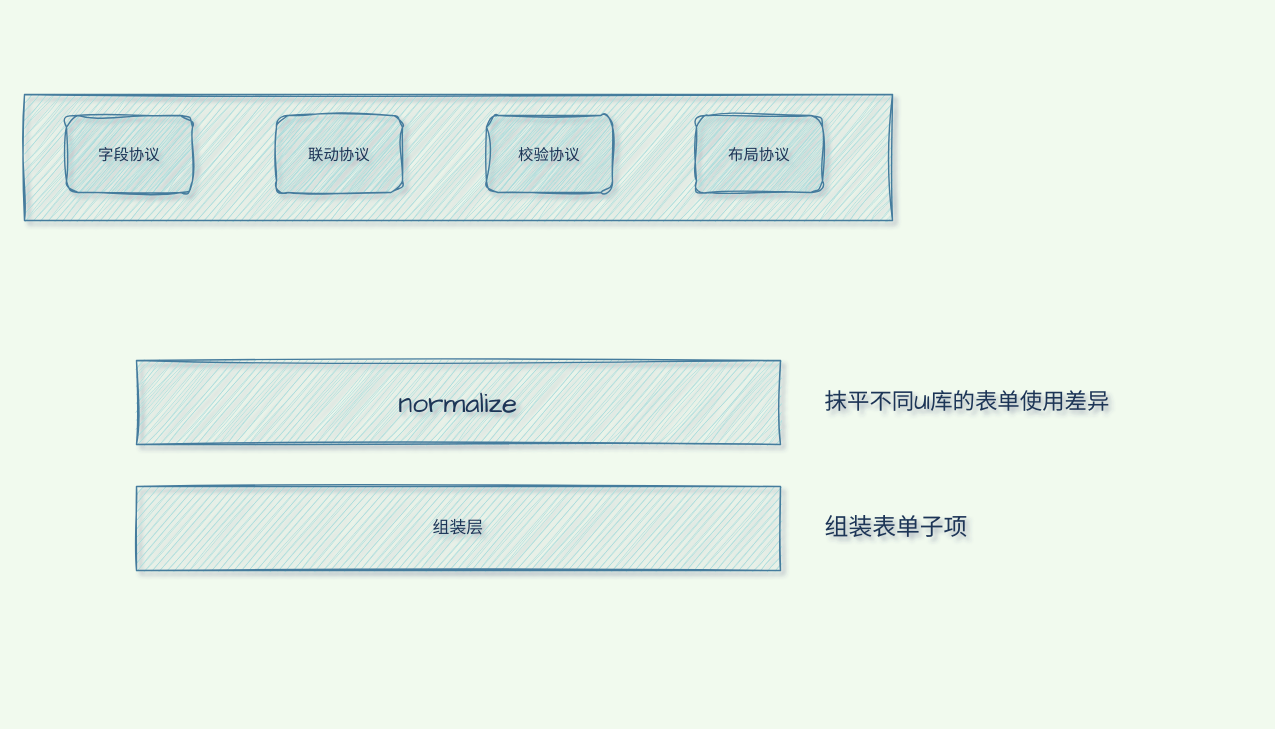
This is 表单设计方案.drawio from YMBo/DRAWIO, a draw.io file, before an edit. Source tidied: cells renumbered, new cells numbered last; positions are measured from the earlier drawing's top-left corner, leaving out a move shared by most shapes. Both pictures are drawn from the tidied source at 140%, with x=0, y=0 at pixel (24, 94).
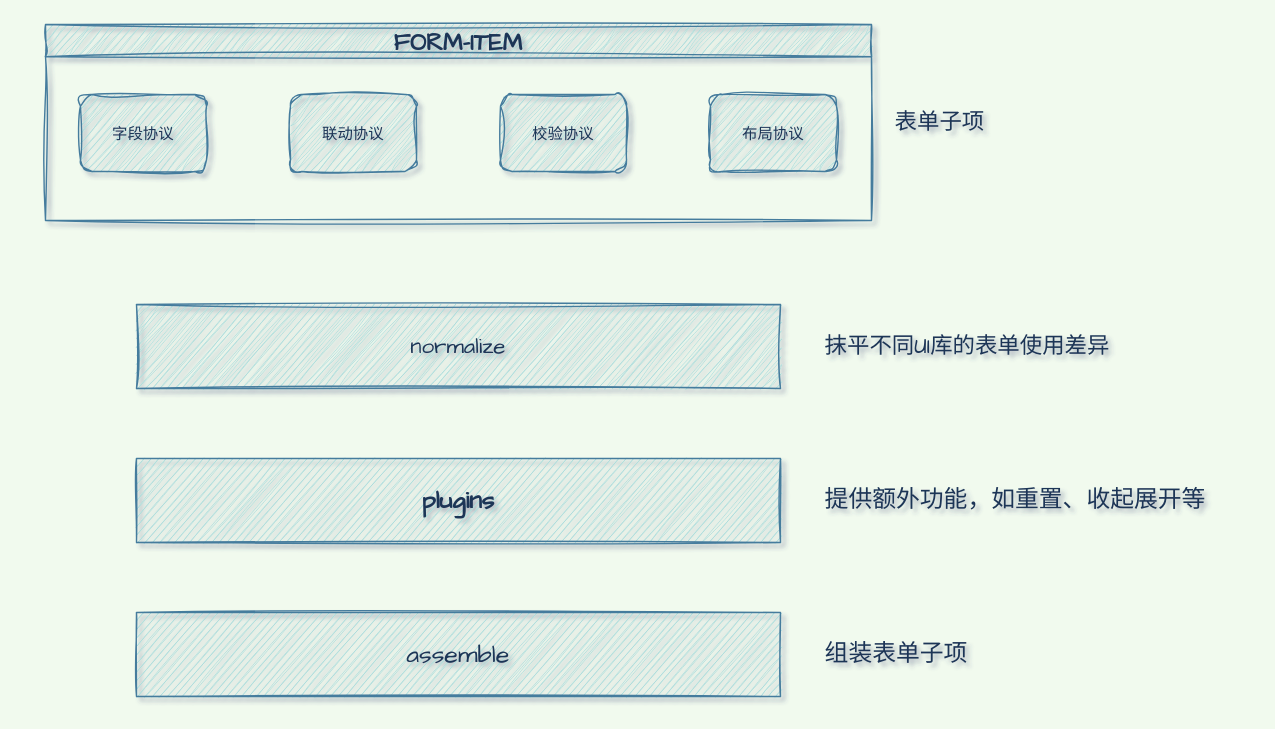
The same page after the edit.

Commit message (it also covers changes not shown here):
Update 表单设计方案.drawio

The edit, as a diff of the source:
```diff
@@
 <mxGraphModel background="#F1FAEE" shadow="1">
   <root>
     <mxCell id="0" />
     <mxCell id="1" parent="0" />
-    <mxCell id="2" value="组装层" style="rounded=0;whiteSpace=wrap;html=1;strokeColor=#457B9D;fontColor=#1D3557;fillColor=#A8DADC;sketch=1;" parent="1" vertex="1">
-      <mxGeometry x="80" y="280" width="460" height="60" as="geometry" />
+    <mxCell id="2" value="assemble" style="rounded=0;whiteSpace=wrap;html=1;strokeColor=#457B9D;fontColor=#1D3557;fillColor=#A8DADC;sketch=1;fontFamily=Architects Daughter;fontSize=18;" parent="1" vertex="1">
+      <mxGeometry x="80" y="370" width="460" height="60" as="geometry" />
     </mxCell>
-    <mxCell id="3" value="normalize" style="rounded=0;whiteSpace=wrap;html=1;sketch=1;hachureGap=4;jiggle=2;fontFamily=Architects Daughter;fontSize=20;fillColor=#A8DADC;strokeColor=#457B9D;fontColor=#1D3557;" parent="1" vertex="1">
-      <mxGeometry x="80" y="190" width="460" height="60" as="geometry" />
+    <mxCell id="3" value="normalize" style="rounded=0;whiteSpace=wrap;html=1;hachureGap=4;jiggle=2;fontFamily=Architects Daughter;fontSize=16;fillColor=#A8DADC;strokeColor=#457B9D;fontColor=#1D3557;sketch=1;" parent="1" vertex="1">
+      <mxGeometry x="80" y="150" width="460" height="60" as="geometry" />
     </mxCell>
-    <mxCell id="4" value="&lt;font style=&quot;font-size: 16px;&quot;&gt;抹平不同UI库的表单使用差异&lt;/font&gt;" style="text;html=1;align=left;verticalAlign=middle;strokeColor=none;fillColor=none;fontSize=16;fontFamily=Architects Daughter;fontColor=#1D3557;sketch=1;hachureGap=4;jiggle=2;" parent="1" vertex="1">
-      <mxGeometry x="570" y="205" width="230" height="30" as="geometry" />
+    <mxCell id="4" value="&lt;font style=&quot;font-size: 16px;&quot;&gt;抹平不同UI库的表单使用差异&lt;/font&gt;" style="text;html=1;align=left;verticalAlign=middle;strokeColor=none;fillColor=none;fontSize=16;fontFamily=Architects Daughter;fontColor=#1D3557;hachureGap=4;jiggle=2;sketch=1;" parent="1" vertex="1">
+      <mxGeometry x="570" y="165" width="230" height="30" as="geometry" />
     </mxCell>
-    <mxCell id="5" style="rounded=0;whiteSpace=wrap;html=1;sketch=1;hachureGap=4;jiggle=2;strokeColor=#457B9D;fontFamily=Architects Daughter;fontSize=11;fontColor=#1D3557;fillColor=#A8DADC;" parent="1" vertex="1">
-      <mxGeometry width="620" height="90" as="geometry" />
-    </mxCell>
+    <mxCell id="10" value="&lt;font style=&quot;font-size: 17px;&quot;&gt;组装表单子项&lt;/font&gt;" style="text;html=1;align=left;verticalAlign=middle;strokeColor=none;fillColor=none;fontSize=17;fontFamily=Architects Daughter;fontColor=#1D3557;hachureGap=4;jiggle=2;sketch=1;" parent="1" vertex="1">
+      <mxGeometry x="570" y="385" width="130" height="30" as="geometry" />
+    </mxCell>
+    <mxCell id="11" value="&lt;font style=&quot;font-size: 18px;&quot;&gt;plugins&lt;/font&gt;" style="rounded=0;whiteSpace=wrap;html=1;strokeColor=#457B9D;fontColor=#1D3557;fillColor=#A8DADC;sketch=1;fontStyle=1;fontFamily=Architects Daughter;fontSize=18;" parent="1" vertex="1">
+      <mxGeometry x="80" y="260" width="460" height="60" as="geometry" />
+    </mxCell>
+    <mxCell id="12" value="&lt;font style=&quot;font-size: 17px;&quot;&gt;提供额外功能，如重置、收起展开等&lt;/font&gt;" style="text;html=1;align=left;verticalAlign=middle;strokeColor=none;fillColor=none;fontSize=17;fontFamily=Architects Daughter;fontColor=#1D3557;hachureGap=4;jiggle=2;sketch=1;" parent="1" vertex="1">
+      <mxGeometry x="570" y="275" width="300" height="30" as="geometry" />
+    </mxCell>
+    <mxCell id="13" value="FORM-ITEM" style="swimlane;hachureGap=4;jiggle=2;strokeColor=#457B9D;fontFamily=Architects Daughter;fontSize=17;fontColor=#1D3557;fillColor=#A8DADC;sketch=1;" parent="1" vertex="1">
+      <mxGeometry x="15" y="-50" width="590" height="140" as="geometry" />
+    </mxCell>
-    <mxCell id="6" value="字段协议" style="rounded=1;whiteSpace=wrap;html=1;sketch=1;hachureGap=4;jiggle=2;strokeColor=#457B9D;fontFamily=Architects Daughter;fontSize=11;fontColor=#1D3557;fillColor=#A8DADC;" parent="1" vertex="1">
-      <mxGeometry x="30" y="15" width="90" height="55" as="geometry" />
+    <mxCell id="6" value="字段协议" style="rounded=1;whiteSpace=wrap;html=1;hachureGap=4;jiggle=2;strokeColor=#457B9D;fontFamily=Architects Daughter;fontSize=11;fontColor=#1D3557;fillColor=#A8DADC;sketch=1;" parent="13" vertex="1">
+      <mxGeometry x="25" y="50" width="90" height="55" as="geometry" />
     </mxCell>
-    <mxCell id="7" value="联动协议" style="rounded=1;whiteSpace=wrap;html=1;sketch=1;hachureGap=4;jiggle=2;strokeColor=#457B9D;fontFamily=Architects Daughter;fontSize=11;fontColor=#1D3557;fillColor=#A8DADC;" parent="1" vertex="1">
-      <mxGeometry x="180" y="15" width="90" height="55" as="geometry" />
+    <mxCell id="7" value="联动协议" style="rounded=1;whiteSpace=wrap;html=1;hachureGap=4;jiggle=2;strokeColor=#457B9D;fontFamily=Architects Daughter;fontSize=11;fontColor=#1D3557;fillColor=#A8DADC;sketch=1;" parent="13" vertex="1">
+      <mxGeometry x="175" y="50" width="90" height="55" as="geometry" />
     </mxCell>
-    <mxCell id="8" value="校验协议" style="rounded=1;whiteSpace=wrap;html=1;sketch=1;hachureGap=4;jiggle=2;strokeColor=#457B9D;fontFamily=Architects Daughter;fontSize=11;fontColor=#1D3557;fillColor=#A8DADC;" parent="1" vertex="1">
-      <mxGeometry x="330" y="15" width="90" height="55" as="geometry" />
+    <mxCell id="8" value="校验协议" style="rounded=1;whiteSpace=wrap;html=1;hachureGap=4;jiggle=2;strokeColor=#457B9D;fontFamily=Architects Daughter;fontSize=11;fontColor=#1D3557;fillColor=#A8DADC;sketch=1;" parent="13" vertex="1">
+      <mxGeometry x="325" y="50" width="90" height="55" as="geometry" />
     </mxCell>
-    <mxCell id="9" value="布局协议" style="rounded=1;whiteSpace=wrap;html=1;sketch=1;hachureGap=4;jiggle=2;strokeColor=#457B9D;fontFamily=Architects Daughter;fontSize=11;fontColor=#1D3557;fillColor=#A8DADC;" parent="1" vertex="1">
-      <mxGeometry x="480" y="15" width="90" height="55" as="geometry" />
+    <mxCell id="9" value="布局协议" style="rounded=1;whiteSpace=wrap;html=1;hachureGap=4;jiggle=2;strokeColor=#457B9D;fontFamily=Architects Daughter;fontSize=11;fontColor=#1D3557;fillColor=#A8DADC;sketch=1;" parent="13" vertex="1">
+      <mxGeometry x="475" y="50" width="90" height="55" as="geometry" />
     </mxCell>
-    <mxCell id="10" value="&lt;font style=&quot;font-size: 17px;&quot;&gt;组装表单子项&lt;/font&gt;" style="text;html=1;align=left;verticalAlign=middle;strokeColor=none;fillColor=none;fontSize=17;fontFamily=Architects Daughter;fontColor=#1D3557;sketch=1;hachureGap=4;jiggle=2;" parent="1" vertex="1">
-      <mxGeometry x="570" y="295" width="130" height="30" as="geometry" />
-    </mxCell>
+    <mxCell id="14" value="表单子项" style="text;html=1;align=left;verticalAlign=middle;strokeColor=none;fillColor=none;fontSize=16;fontFamily=Architects Daughter;fontColor=#1D3557;hachureGap=4;jiggle=2;sketch=1;" parent="1" vertex="1">
+      <mxGeometry x="620" y="5" width="90" height="30" as="geometry" />
+    </mxCell>
   </root>
 </mxGraphModel>
```
